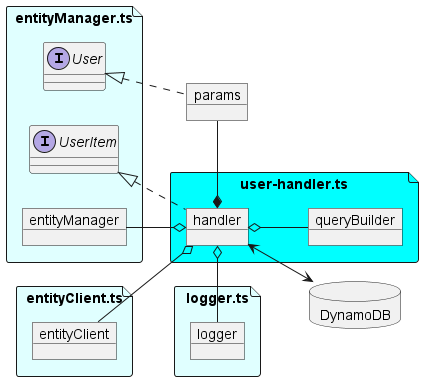
Above: assets/handler.png in karmaniverous/entity-manager-demo (PlantUML), before the change. Its diagram source:
```plantuml
@startuml handler

allowmixing

left to right direction

database DynamoDB
object params

file "logger.ts" as loggerTs #LightCyan {
    object logger
}

file "entityManager.ts" as entityManagerTs #LightCyan {
    interface User
    interface UserItem
    object entityManager
}

file "entityClient.ts" as entitClientTs #LightCyan {
    object entityClient
}

file "user-handler.ts" as searchTs #Cyan {
    object handler

    handler *- params
    User <|.. params
    UserItem <|.. handler
    entityManager --o handler
    entityClient --o handler
    logger -o handler
    handler <--> DynamoDB
    entityClient -[hidden]- logger

    object queryBuilder
    handler o-- queryBuilder
}

@enduml
```
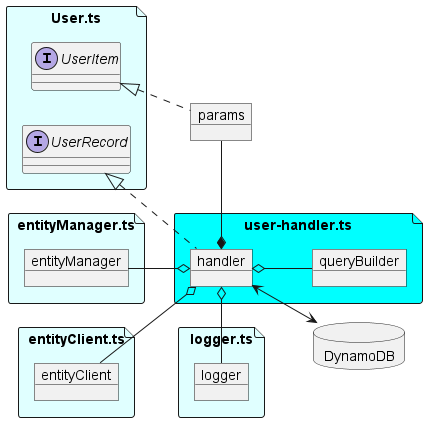
After the commit.

Diff of the diagram source:
```diff
@@ -11,9 +11,12 @@
     object logger
 }
 
+file "User.ts" as userTs #LightCyan {
+    interface UserItem
+    interface UserRecord
+}
+
 file "entityManager.ts" as entityManagerTs #LightCyan {
-    interface User
-    interface UserItem
     object entityManager
 }
 
@@ -25,8 +28,8 @@
     object handler
 
     handler *- params
-    User <|.. params
-    UserItem <|.. handler
+    UserItem <|.. params
+    UserRecord <|.. handler
     entityManager --o handler
     entityClient --o handler
     logger -o handler
```
